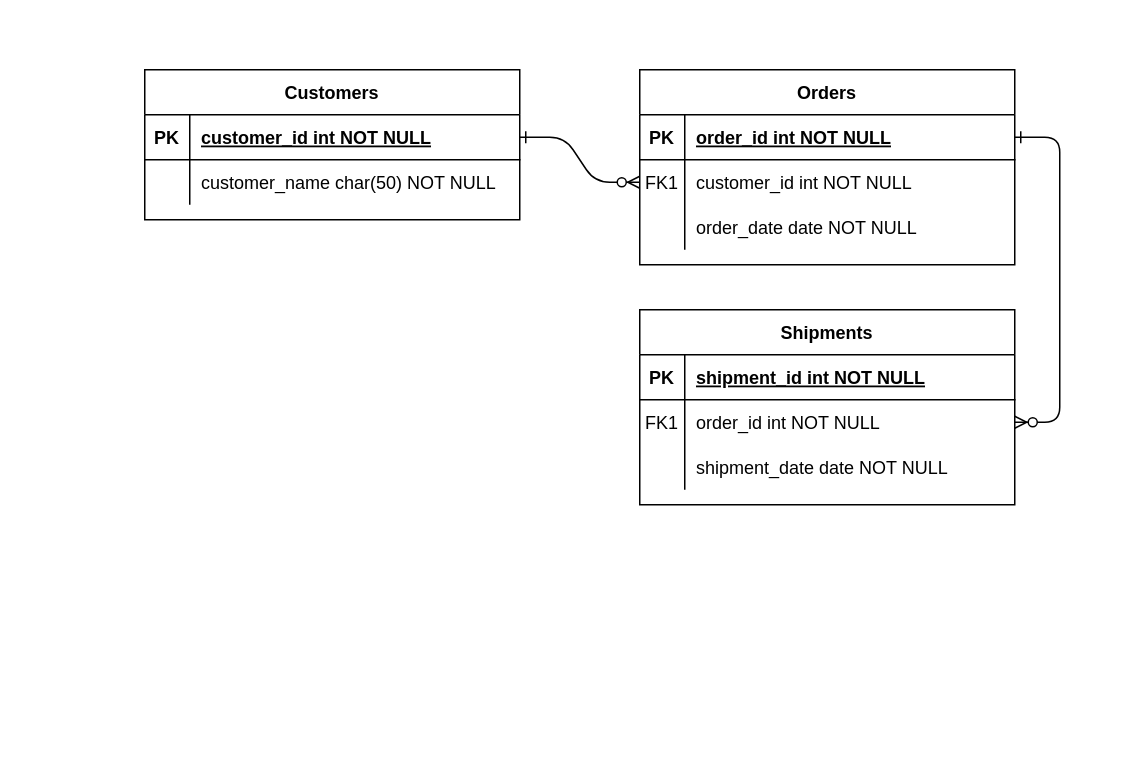
adilimudassir/diagrams keeps this draw.io diagram as Commodity-Grading-System.drawio. Above is the earlier version. Source tidied: cells renumbered, new cells numbered last; positions are measured from the earlier drawing's top-left corner, leaving out a move shared by most shapes. Both pictures are drawn from the tidied source at 150%, with x=0, y=0 at pixel (144, 69).
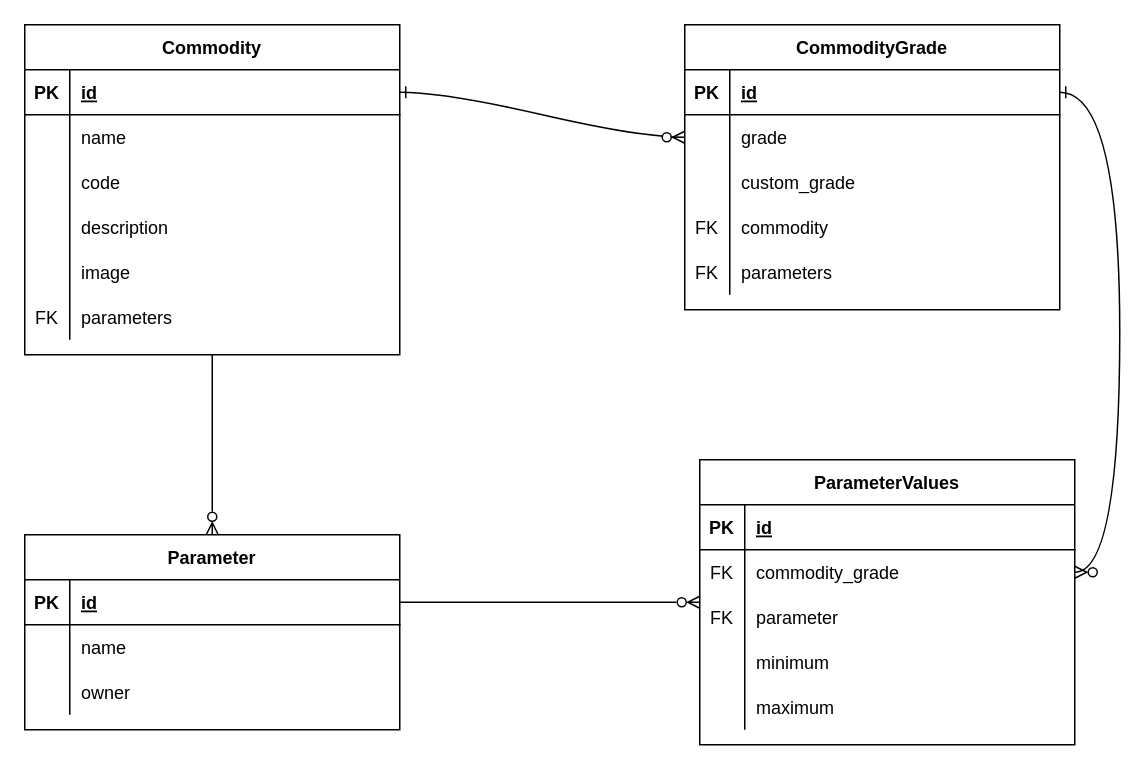
The same page after the edit.

Unchanged cells that the change refers to:
```xml
<mxCell id="5" style="shape=partialRectangle;fillColor=none;points=[[0,0.5],[1,0.5]];portConstraint=eastwest;top=0;left=0;right=0;bottom=1;" parent="4" vertex="1">
  <mxGeometry y="30" width="250" height="30" as="geometry" />
</mxCell>
<mxCell id="8" style="shape=partialRectangle;fillColor=none;points=[[0,0.5],[1,0.5]];portConstraint=eastwest;top=0;left=0;right=0;bottom=0;" parent="4" vertex="1">
  <mxGeometry y="60" width="250" height="30" as="geometry" />
</mxCell>
<mxCell id="11" style="shape=partialRectangle;fillColor=none;top=0;left=0;right=0;bottom=0;" parent="4" vertex="1">
  <mxGeometry y="90" width="250" height="30" as="geometry" />
</mxCell>
<mxCell id="15" style="shape=partialRectangle;fillColor=none;top=0;left=0;right=0;bottom=1;" parent="14" vertex="1">
  <mxGeometry y="30" width="250" height="30" as="geometry" />
</mxCell>
<mxCell id="18" style="shape=partialRectangle;fillColor=none;points=[[0,0.5],[1,0.5]];portConstraint=eastwest;top=0;left=0;right=0;bottom=0;" parent="14" vertex="1">
  <mxGeometry y="60" width="250" height="30" as="geometry" />
</mxCell>
<mxCell id="21" style="shape=partialRectangle;fillColor=none;points=[[0,0.5],[1,0.5]];portConstraint=eastwest;top=0;left=0;right=0;bottom=0;" parent="14" vertex="1">
  <mxGeometry y="90" width="250" height="30" as="geometry" />
</mxCell>
<mxCell id="25" style="shape=partialRectangle;fillColor=none;points=[[0,0.5],[1,0.5]];portConstraint=eastwest;top=0;left=0;right=0;bottom=1;" parent="24" vertex="1">
  <mxGeometry y="30" width="250" height="30" as="geometry" />
</mxCell>
<mxCell id="28" style="shape=partialRectangle;fillColor=none;top=0;left=0;right=0;bottom=0;" parent="24" vertex="1">
  <mxGeometry y="60" width="250" height="30" as="geometry" />
</mxCell>
```

Diff of the diagram source:
```diff
@@
-    <mxCell id="2" style="edgeStyle=entityRelationEdgeStyle;endArrow=ERzeroToMany;startArrow=ERone;endFill=1;startFill=0;" parent="1" edge="1" source="25" target="8">
+    <mxCell id="2" style="edgeStyle=entityRelationEdgeStyle;endArrow=ERzeroToMany;startArrow=ERone;endFill=1;startFill=0;curved=1;" parent="1" edge="1" source="25" target="8">
       <mxGeometry relative="1" as="geometry" />
     </mxCell>
-    <mxCell id="3" style="edgeStyle=entityRelationEdgeStyle;endArrow=ERzeroToMany;startArrow=ERone;endFill=1;startFill=0;" parent="1" edge="1" source="5" target="18">
+    <mxCell id="3" style="edgeStyle=entityRelationEdgeStyle;endArrow=ERzeroToMany;startArrow=ERone;endFill=1;startFill=0;curved=1;" parent="1" edge="1" source="5" target="18">
       <mxGeometry relative="1" as="geometry" />
     </mxCell>
-    <mxCell id="4" value="Orders" style="shape=table;startSize=30;childLayout=tableLayout;rowLines=0;fontStyle=1;align=center;" parent="1" vertex="1">
-      <mxGeometry x="330" width="250" height="130" as="geometry" />
+    <mxCell id="4" value="CommodityGrade" style="shape=table;startSize=30;childLayout=tableLayout;rowLines=0;fontStyle=1;align=center;" parent="1" vertex="1">
+      <mxGeometry x="360" y="-30" width="250" height="190" as="geometry" />
     </mxCell>
@@
-    <mxCell id="7" value="order_id int NOT NULL " style="shape=partialRectangle;overflow=hidden;fillColor=none;top=0;left=0;bottom=0;right=0;align=left;spacingLeft=6;fontStyle=5;" parent="5" vertex="1">
+    <mxCell id="7" value="id" style="shape=partialRectangle;overflow=hidden;fillColor=none;top=0;left=0;bottom=0;right=0;align=left;spacingLeft=6;fontStyle=5;" parent="5" vertex="1">
       <mxGeometry x="30" width="220" height="30" as="geometry" />
     </mxCell>
@@
-    <mxCell id="9" value="FK1" style="shape=partialRectangle;overflow=hidden;fillColor=none;top=0;left=0;bottom=0;right=0;" parent="8" vertex="1">
+    <mxCell id="9" style="shape=partialRectangle;overflow=hidden;fillColor=none;top=0;left=0;bottom=0;right=0;" parent="8" vertex="1">
       <mxGeometry width="30" height="30" as="geometry" />
     </mxCell>
-    <mxCell id="10" value="customer_id int NOT NULL" style="shape=partialRectangle;overflow=hidden;fillColor=none;top=0;left=0;bottom=0;right=0;align=left;spacingLeft=6;" parent="8" vertex="1">
+    <mxCell id="10" value="grade" style="shape=partialRectangle;overflow=hidden;fillColor=none;top=0;left=0;bottom=0;right=0;align=left;spacingLeft=6;" parent="8" vertex="1">
       <mxGeometry x="30" width="220" height="30" as="geometry" />
     </mxCell>
@@
-    <mxCell id="13" value="order_date date NOT NULL" style="shape=partialRectangle;overflow=hidden;fillColor=none;top=0;left=0;bottom=0;right=0;align=left;spacingLeft=6;" parent="11" vertex="1">
+    <mxCell id="13" value="custom_grade" style="shape=partialRectangle;overflow=hidden;fillColor=none;top=0;left=0;bottom=0;right=0;align=left;spacingLeft=6;" parent="11" vertex="1">
       <mxGeometry x="30" width="220" height="30" as="geometry" />
     </mxCell>
+    <mxCell id="31" style="shape=partialRectangle;fillColor=none;top=0;left=0;right=0;bottom=0;" parent="4" vertex="1">
+      <mxGeometry y="120" width="250" height="30" as="geometry" />
+    </mxCell>
+    <mxCell id="32" value="FK" style="shape=partialRectangle;overflow=hidden;fillColor=none;top=0;left=0;bottom=0;right=0;" parent="31" vertex="1">
+      <mxGeometry width="30" height="30" as="geometry" />
+    </mxCell>
+    <mxCell id="33" value="commodity" style="shape=partialRectangle;overflow=hidden;fillColor=none;top=0;left=0;bottom=0;right=0;align=left;spacingLeft=6;" parent="31" vertex="1">
+      <mxGeometry x="30" width="220" height="30" as="geometry" />
+    </mxCell>
+    <mxCell id="34" style="shape=partialRectangle;fillColor=none;top=0;left=0;right=0;bottom=0;" parent="4" vertex="1">
+      <mxGeometry y="150" width="250" height="30" as="geometry" />
+    </mxCell>
+    <mxCell id="35" value="FK" style="shape=partialRectangle;overflow=hidden;fillColor=none;top=0;left=0;bottom=0;right=0;" parent="34" vertex="1">
+      <mxGeometry width="30" height="30" as="geometry" />
+    </mxCell>
+    <mxCell id="36" value="parameters" style="shape=partialRectangle;overflow=hidden;fillColor=none;top=0;left=0;bottom=0;right=0;align=left;spacingLeft=6;" parent="34" vertex="1">
+      <mxGeometry x="30" width="220" height="30" as="geometry" />
+    </mxCell>
-    <mxCell id="14" value="Shipments" style="shape=table;startSize=30;childLayout=tableLayout;rowLines=0;fontStyle=1;align=center;" parent="1" vertex="1">
-      <mxGeometry x="330" y="160" width="250" height="130" as="geometry" />
+    <mxCell id="14" value="ParameterValues" style="shape=table;startSize=30;childLayout=tableLayout;rowLines=0;fontStyle=1;align=center;" parent="1" vertex="1">
+      <mxGeometry x="370" y="260" width="250" height="190" as="geometry" />
     </mxCell>
@@
-    <mxCell id="17" value="shipment_id int NOT NULL " style="shape=partialRectangle;overflow=hidden;fillColor=none;top=0;left=0;bottom=0;right=0;align=left;spacingLeft=6;fontStyle=5;" parent="15" vertex="1">
+    <mxCell id="17" value="id" style="shape=partialRectangle;overflow=hidden;fillColor=none;top=0;left=0;bottom=0;right=0;align=left;spacingLeft=6;fontStyle=5;" parent="15" vertex="1">
       <mxGeometry x="30" width="220" height="30" as="geometry" />
     </mxCell>
@@
-    <mxCell id="19" value="FK1" style="shape=partialRectangle;overflow=hidden;fillColor=none;top=0;left=0;bottom=0;right=0;" parent="18" vertex="1">
+    <mxCell id="19" value="FK" style="shape=partialRectangle;overflow=hidden;fillColor=none;top=0;left=0;bottom=0;right=0;" parent="18" vertex="1">
       <mxGeometry width="30" height="30" as="geometry" />
     </mxCell>
-    <mxCell id="20" value="order_id int NOT NULL" style="shape=partialRectangle;overflow=hidden;fillColor=none;top=0;left=0;bottom=0;right=0;align=left;spacingLeft=6;" parent="18" vertex="1">
+    <mxCell id="20" value="commodity_grade" style="shape=partialRectangle;overflow=hidden;fillColor=none;top=0;left=0;bottom=0;right=0;align=left;spacingLeft=6;" parent="18" vertex="1">
       <mxGeometry x="30" width="220" height="30" as="geometry" />
     </mxCell>
@@
-    <mxCell id="22" style="shape=partialRectangle;overflow=hidden;fillColor=none;top=0;left=0;bottom=0;right=0;" parent="21" vertex="1">
+    <mxCell id="22" value="FK" style="shape=partialRectangle;overflow=hidden;fillColor=none;top=0;left=0;bottom=0;right=0;" parent="21" vertex="1">
       <mxGeometry width="30" height="30" as="geometry" />
     </mxCell>
-    <mxCell id="23" value="shipment_date date NOT NULL" style="shape=partialRectangle;overflow=hidden;fillColor=none;top=0;left=0;bottom=0;right=0;align=left;spacingLeft=6;" parent="21" vertex="1">
+    <mxCell id="23" value="parameter" style="shape=partialRectangle;overflow=hidden;fillColor=none;top=0;left=0;bottom=0;right=0;align=left;spacingLeft=6;" parent="21" vertex="1">
       <mxGeometry x="30" width="220" height="30" as="geometry" />
     </mxCell>
+    <mxCell id="37" style="shape=partialRectangle;fillColor=none;top=0;left=0;right=0;bottom=0;" parent="14" vertex="1">
+      <mxGeometry y="120" width="250" height="30" as="geometry" />
+    </mxCell>
+    <mxCell id="38" style="shape=partialRectangle;overflow=hidden;fillColor=none;top=0;left=0;bottom=0;right=0;" parent="37" vertex="1">
+      <mxGeometry width="30" height="30" as="geometry" />
+    </mxCell>
+    <mxCell id="39" value="minimum" style="shape=partialRectangle;overflow=hidden;fillColor=none;top=0;left=0;bottom=0;right=0;align=left;spacingLeft=6;" parent="37" vertex="1">
+      <mxGeometry x="30" width="220" height="30" as="geometry" />
+    </mxCell>
+    <mxCell id="40" style="shape=partialRectangle;fillColor=none;top=0;left=0;right=0;bottom=0;" parent="14" vertex="1">
+      <mxGeometry y="150" width="250" height="30" as="geometry" />
+    </mxCell>
+    <mxCell id="41" style="shape=partialRectangle;overflow=hidden;fillColor=none;top=0;left=0;bottom=0;right=0;" parent="40" vertex="1">
+      <mxGeometry width="30" height="30" as="geometry" />
+    </mxCell>
+    <mxCell id="42" value="maximum" style="shape=partialRectangle;overflow=hidden;fillColor=none;top=0;left=0;bottom=0;right=0;align=left;spacingLeft=6;" parent="40" vertex="1">
+      <mxGeometry x="30" width="220" height="30" as="geometry" />
+    </mxCell>
+    <mxCell id="43" style="edgeStyle=orthogonalEdgeStyle;rounded=0;jettySize=auto;html=1;entryX=0.5;entryY=0;entryDx=0;entryDy=0;endArrow=ERzeroToMany;endFill=0;" parent="1" edge="1" source="24" target="56">
+      <mxGeometry relative="1" as="geometry" />
+    </mxCell>
-    <mxCell id="24" value="Customers" style="shape=table;startSize=30;childLayout=tableLayout;rowLines=0;fontStyle=1;align=center;" parent="1" vertex="1">
-      <mxGeometry width="250" height="100" as="geometry" />
+    <mxCell id="24" value="Commodity" style="shape=table;startSize=30;childLayout=tableLayout;rowLines=0;fontStyle=1;align=center;" parent="1" vertex="1">
+      <mxGeometry x="-80" y="-30" width="250" height="220" as="geometry" />
     </mxCell>
@@
-    <mxCell id="27" value="customer_id int NOT NULL " style="shape=partialRectangle;overflow=hidden;fillColor=none;top=0;left=0;bottom=0;right=0;align=left;spacingLeft=6;fontStyle=5;" parent="25" vertex="1">
+    <mxCell id="27" value="id" style="shape=partialRectangle;overflow=hidden;fillColor=none;top=0;left=0;bottom=0;right=0;align=left;spacingLeft=6;fontStyle=5;" parent="25" vertex="1">
       <mxGeometry x="30" width="220" height="30" as="geometry" />
     </mxCell>
@@
-    <mxCell id="30" value="customer_name char(50) NOT NULL" style="shape=partialRectangle;overflow=hidden;fillColor=none;top=0;left=0;bottom=0;right=0;align=left;spacingLeft=6;" parent="28" vertex="1">
+    <mxCell id="30" value="name" style="shape=partialRectangle;overflow=hidden;fillColor=none;top=0;left=0;bottom=0;right=0;align=left;spacingLeft=6;" parent="28" vertex="1">
       <mxGeometry x="30" width="220" height="30" as="geometry" />
     </mxCell>
+    <mxCell id="44" style="shape=partialRectangle;fillColor=none;top=0;left=0;right=0;bottom=0;" parent="24" vertex="1">
+      <mxGeometry y="90" width="250" height="30" as="geometry" />
+    </mxCell>
+    <mxCell id="45" style="shape=partialRectangle;overflow=hidden;fillColor=none;top=0;left=0;bottom=0;right=0;" parent="44" vertex="1">
+      <mxGeometry width="30" height="30" as="geometry" />
+    </mxCell>
+    <mxCell id="46" value="code" style="shape=partialRectangle;overflow=hidden;fillColor=none;top=0;left=0;bottom=0;right=0;align=left;spacingLeft=6;" parent="44" vertex="1">
+      <mxGeometry x="30" width="220" height="30" as="geometry" />
+    </mxCell>
+    <mxCell id="47" style="shape=partialRectangle;fillColor=none;top=0;left=0;right=0;bottom=0;" parent="24" vertex="1">
+      <mxGeometry y="120" width="250" height="30" as="geometry" />
+    </mxCell>
+    <mxCell id="48" style="shape=partialRectangle;overflow=hidden;fillColor=none;top=0;left=0;bottom=0;right=0;" parent="47" vertex="1">
+      <mxGeometry width="30" height="30" as="geometry" />
+    </mxCell>
+    <mxCell id="49" value="description" style="shape=partialRectangle;overflow=hidden;fillColor=none;top=0;left=0;bottom=0;right=0;align=left;spacingLeft=6;" parent="47" vertex="1">
+      <mxGeometry x="30" width="220" height="30" as="geometry" />
+    </mxCell>
+    <mxCell id="50" style="shape=partialRectangle;fillColor=none;top=0;left=0;right=0;bottom=0;" parent="24" vertex="1">
+      <mxGeometry y="150" width="250" height="30" as="geometry" />
+    </mxCell>
+    <mxCell id="51" style="shape=partialRectangle;overflow=hidden;fillColor=none;top=0;left=0;bottom=0;right=0;" parent="50" vertex="1">
+      <mxGeometry width="30" height="30" as="geometry" />
+    </mxCell>
+    <mxCell id="52" value="image" style="shape=partialRectangle;overflow=hidden;fillColor=none;top=0;left=0;bottom=0;right=0;align=left;spacingLeft=6;" parent="50" vertex="1">
+      <mxGeometry x="30" width="220" height="30" as="geometry" />
+    </mxCell>
+    <mxCell id="53" style="shape=partialRectangle;fillColor=none;top=0;left=0;right=0;bottom=0;" parent="24" vertex="1">
+      <mxGeometry y="180" width="250" height="30" as="geometry" />
+    </mxCell>
+    <mxCell id="54" value="FK" style="shape=partialRectangle;overflow=hidden;fillColor=none;top=0;left=0;bottom=0;right=0;" parent="53" vertex="1">
+      <mxGeometry width="30" height="30" as="geometry" />
+    </mxCell>
+    <mxCell id="55" value="parameters" style="shape=partialRectangle;overflow=hidden;fillColor=none;top=0;left=0;bottom=0;right=0;align=left;spacingLeft=6;" parent="53" vertex="1">
+      <mxGeometry x="30" width="220" height="30" as="geometry" />
+    </mxCell>
+    <mxCell id="56" value="Parameter" style="shape=table;startSize=30;childLayout=tableLayout;rowLines=0;fontStyle=1;align=center;" parent="1" vertex="1">
+      <mxGeometry x="-80" y="310" width="250" height="130" as="geometry" />
+    </mxCell>
+    <mxCell id="57" style="shape=partialRectangle;fillColor=none;points=[[0,0.5],[1,0.5]];portConstraint=eastwest;top=0;left=0;right=0;bottom=1;" parent="56" vertex="1">
+      <mxGeometry y="30" width="250" height="30" as="geometry" />
+    </mxCell>
+    <mxCell id="58" value="PK" style="shape=partialRectangle;overflow=hidden;fillColor=none;top=0;left=0;bottom=0;right=0;fontStyle=1;" parent="57" vertex="1">
+      <mxGeometry width="30" height="30" as="geometry" />
+    </mxCell>
+    <mxCell id="59" value="id" style="shape=partialRectangle;overflow=hidden;fillColor=none;top=0;left=0;bottom=0;right=0;align=left;spacingLeft=6;fontStyle=5;" parent="57" vertex="1">
+      <mxGeometry x="30" width="220" height="30" as="geometry" />
+    </mxCell>
+    <mxCell id="60" style="shape=partialRectangle;fillColor=none;top=0;left=0;right=0;bottom=0;" parent="56" vertex="1">
+      <mxGeometry y="60" width="250" height="30" as="geometry" />
+    </mxCell>
+    <mxCell id="61" style="shape=partialRectangle;overflow=hidden;fillColor=none;top=0;left=0;bottom=0;right=0;" parent="60" vertex="1">
+      <mxGeometry width="30" height="30" as="geometry" />
+    </mxCell>
+    <mxCell id="62" value="name" style="shape=partialRectangle;overflow=hidden;fillColor=none;top=0;left=0;bottom=0;right=0;align=left;spacingLeft=6;" parent="60" vertex="1">
+      <mxGeometry x="30" width="220" height="30" as="geometry" />
+    </mxCell>
+    <mxCell id="63" style="shape=partialRectangle;fillColor=none;top=0;left=0;right=0;bottom=0;" parent="56" vertex="1">
+      <mxGeometry y="90" width="250" height="30" as="geometry" />
+    </mxCell>
+    <mxCell id="64" style="shape=partialRectangle;overflow=hidden;fillColor=none;top=0;left=0;bottom=0;right=0;" parent="63" vertex="1">
+      <mxGeometry width="30" height="30" as="geometry" />
+    </mxCell>
+    <mxCell id="65" value="owner" style="shape=partialRectangle;overflow=hidden;fillColor=none;top=0;left=0;bottom=0;right=0;align=left;spacingLeft=6;" parent="63" vertex="1">
+      <mxGeometry x="30" width="220" height="30" as="geometry" />
+    </mxCell>
+    <mxCell id="66" style="edgeStyle=orthogonalEdgeStyle;jettySize=auto;html=1;exitX=1;exitY=0.5;exitDx=0;exitDy=0;entryX=0;entryY=0.167;entryDx=0;entryDy=0;entryPerimeter=0;endArrow=ERzeroToMany;endFill=0;curved=1;" parent="1" edge="1" source="57" target="21">
+      <mxGeometry relative="1" as="geometry" />
+    </mxCell>
```
